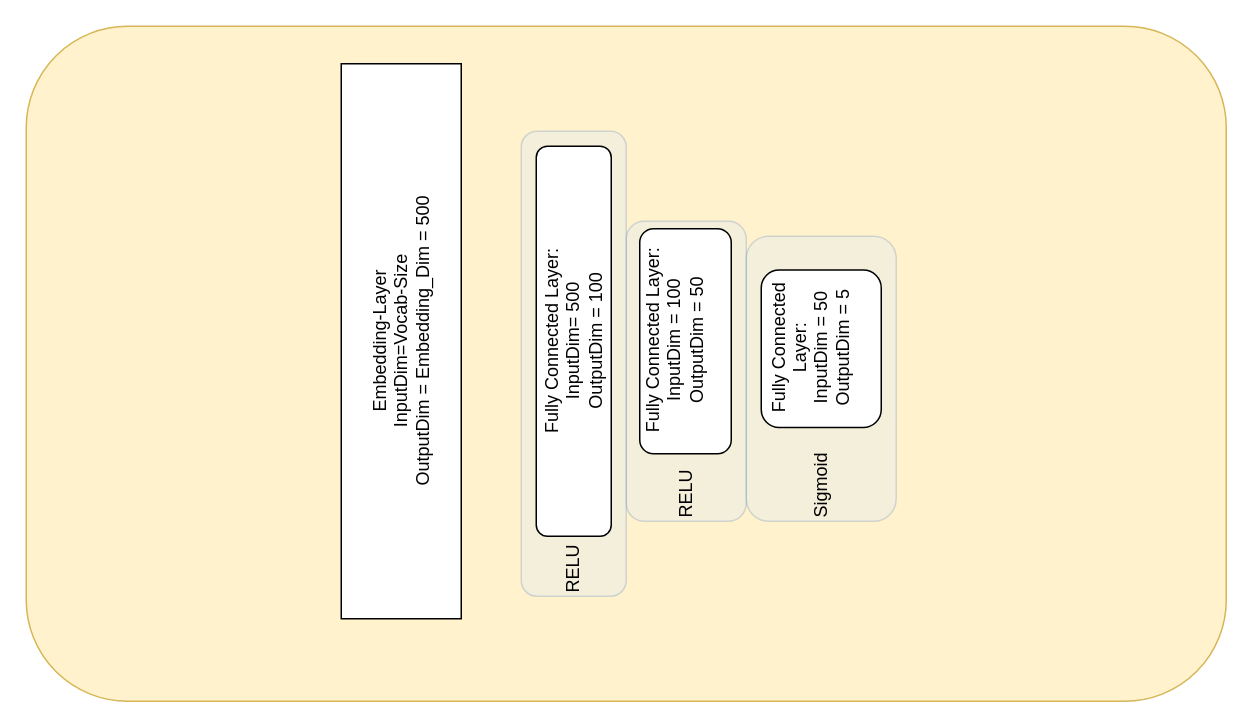
The draw.io diagram Architecture.drawio in ToastyDom/Uebung4, before the edit. Source tidied: cells renumbered, new cells numbered last; positions are measured from the earlier drawing's top-left corner, leaving out a move shared by most shapes. Both pictures are drawn from the tidied source at 150%, with x=0, y=0 at pixel (26, 26).
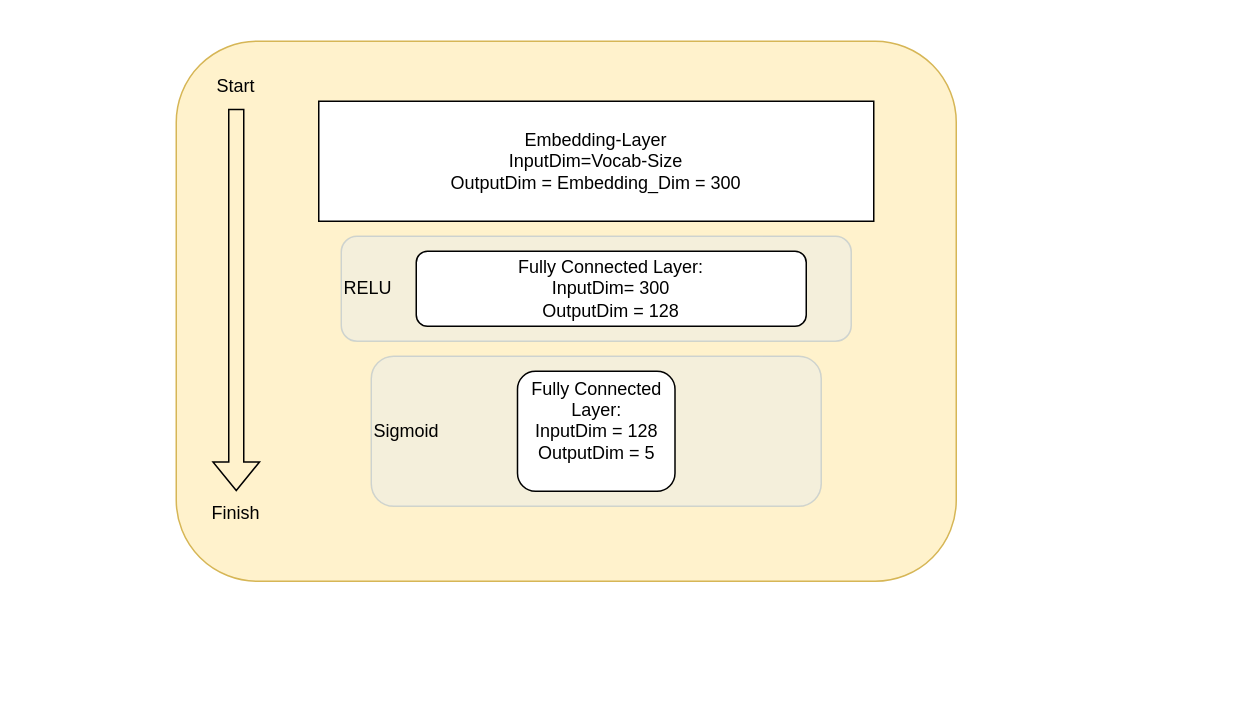
Above is the later version.

Change to the diagram source:
```diff
@@
 <mxGraphModel>
   <root>
     <mxCell id="0" />
     <mxCell id="1" parent="0" />
     <mxCell id="2" style="rounded=1;whiteSpace=wrap;html=1;fillColor=#fff2cc;strokeColor=#d6b656;" parent="1" vertex="1">
-      <mxGeometry width="800" height="450" as="geometry" />
+      <mxGeometry x="100" y="10" width="520" height="360" as="geometry" />
     </mxCell>
-    <mxCell id="3" value="Sigmoid" style="rounded=1;whiteSpace=wrap;html=1;fillColor=#dae8fc;strokeColor=#6c8ebf;opacity=30;horizontal=0;align=left;" parent="1" vertex="1">
-      <mxGeometry x="480" y="140" width="100" height="190" as="geometry" />
+    <mxCell id="3" value="Sigmoid" style="rounded=1;whiteSpace=wrap;html=1;fillColor=#dae8fc;strokeColor=#6c8ebf;opacity=30;horizontal=1;align=left;direction=south;" parent="1" vertex="1">
+      <mxGeometry x="230" y="220" width="300" height="100" as="geometry" />
     </mxCell>
-    <mxCell id="4" value="RELU" style="rounded=1;whiteSpace=wrap;html=1;fillColor=#dae8fc;strokeColor=#6c8ebf;opacity=30;horizontal=0;align=left;" parent="1" vertex="1">
-      <mxGeometry x="400" y="130" width="80" height="200" as="geometry" />
-    </mxCell>
-    <mxCell id="5" value="RELU" style="rounded=1;whiteSpace=wrap;html=1;fillColor=#dae8fc;strokeColor=#6c8ebf;opacity=30;horizontal=0;align=left;" parent="1" vertex="1">
-      <mxGeometry x="330" y="70" width="70" height="310" as="geometry" />
+    <mxCell id="5" value="RELU" style="rounded=1;whiteSpace=wrap;html=1;fillColor=#dae8fc;strokeColor=#6c8ebf;opacity=30;horizontal=1;align=left;direction=south;" parent="1" vertex="1">
+      <mxGeometry x="210" y="140" width="340" height="70" as="geometry" />
     </mxCell>
-    <mxCell id="6" value="&lt;div&gt;Fully Connected Layer:&lt;/div&gt;&lt;div&gt;InputDim= 500&lt;/div&gt;&lt;div&gt;OutputDim = 100&lt;br&gt;&lt;/div&gt;" style="rounded=1;whiteSpace=wrap;html=1;horizontal=0;" parent="1" vertex="1">
-      <mxGeometry x="340" y="80" width="50" height="260" as="geometry" />
+    <mxCell id="6" value="&lt;div&gt;Fully Connected Layer:&lt;/div&gt;&lt;div&gt;InputDim= 300&lt;br&gt;&lt;/div&gt;&lt;div&gt;OutputDim = 128&lt;br&gt;&lt;/div&gt;" style="rounded=1;whiteSpace=wrap;html=1;horizontal=1;direction=south;" parent="1" vertex="1">
+      <mxGeometry x="260" y="150" width="260" height="50" as="geometry" />
     </mxCell>
-    <mxCell id="7" value="&lt;div&gt;Fully Connected Layer:&lt;/div&gt;&lt;div&gt;InputDim = 100&lt;/div&gt;&lt;div&gt;OutputDim = 50&lt;br&gt;&lt;/div&gt;&lt;div&gt;&lt;br&gt;&lt;/div&gt;" style="rounded=1;whiteSpace=wrap;html=1;horizontal=0;" parent="1" vertex="1">
-      <mxGeometry x="409" y="135" width="61" height="150" as="geometry" />
-    </mxCell>
-    <mxCell id="8" value="&lt;div align=&quot;center&quot;&gt;Fully Connected Layer:&lt;/div&gt;&lt;div align=&quot;center&quot;&gt;InputDim = 50&lt;br&gt;OutputDim = 5&lt;br&gt;&lt;/div&gt;&lt;div align=&quot;center&quot;&gt;&lt;br&gt;&lt;/div&gt;" style="rounded=1;whiteSpace=wrap;html=1;horizontal=0;align=center;" parent="1" vertex="1">
-      <mxGeometry x="490" y="162.5" width="80" height="105" as="geometry" />
+    <mxCell id="8" value="&lt;div align=&quot;center&quot;&gt;Fully Connected Layer:&lt;/div&gt;&lt;div align=&quot;center&quot;&gt;InputDim = 128&lt;br&gt;OutputDim = 5&lt;br&gt;&lt;/div&gt;&lt;div align=&quot;center&quot;&gt;&lt;br&gt;&lt;/div&gt;" style="rounded=1;whiteSpace=wrap;html=1;horizontal=1;align=center;direction=south;" parent="1" vertex="1">
+      <mxGeometry x="327.5" y="230" width="105" height="80" as="geometry" />
     </mxCell>
-    <mxCell id="9" value="&lt;div&gt;Embedding-Layer&lt;/div&gt;&lt;div&gt;InputDim=Vocab-Size&lt;/div&gt;&lt;div&gt;OutputDim = Embedding_Dim = 500&lt;br&gt;&lt;/div&gt;" style="rounded=0;whiteSpace=wrap;html=1;horizontal=0;" parent="1" vertex="1">
-      <mxGeometry x="210" y="25" width="80" height="370" as="geometry" />
+    <mxCell id="9" value="&lt;div&gt;Embedding-Layer&lt;/div&gt;&lt;div&gt;InputDim=Vocab-Size&lt;/div&gt;&lt;div&gt;OutputDim = Embedding_Dim = 300&lt;br&gt;&lt;/div&gt;" style="rounded=0;whiteSpace=wrap;html=1;horizontal=1;direction=south;" parent="1" vertex="1">
+      <mxGeometry x="195" y="50" width="370" height="80" as="geometry" />
     </mxCell>
+    <mxCell id="10" value="Start" style="text;html=1;strokeColor=none;fillColor=none;align=center;verticalAlign=middle;whiteSpace=wrap;rounded=0;horizontal=1;" parent="1" vertex="1">
+      <mxGeometry x="110" y="25" width="60" height="30" as="geometry" />
+    </mxCell>
+    <mxCell id="11" value="Finish" style="text;html=1;strokeColor=none;fillColor=none;align=center;verticalAlign=middle;whiteSpace=wrap;rounded=0;horizontal=1;" parent="1" vertex="1">
+      <mxGeometry x="110" y="310" width="60" height="30" as="geometry" />
+    </mxCell>
+    <mxCell id="12" style="shape=flexArrow;endArrow=classic;html=1;rounded=0;exitX=0.5;exitY=1;exitDx=0;exitDy=0;entryX=0.5;entryY=0;entryDx=0;entryDy=0;" parent="1" edge="1" source="10" target="11">
+      <mxGeometry relative="1" as="geometry" />
+    </mxCell>
   </root>
 </mxGraphModel>
```
